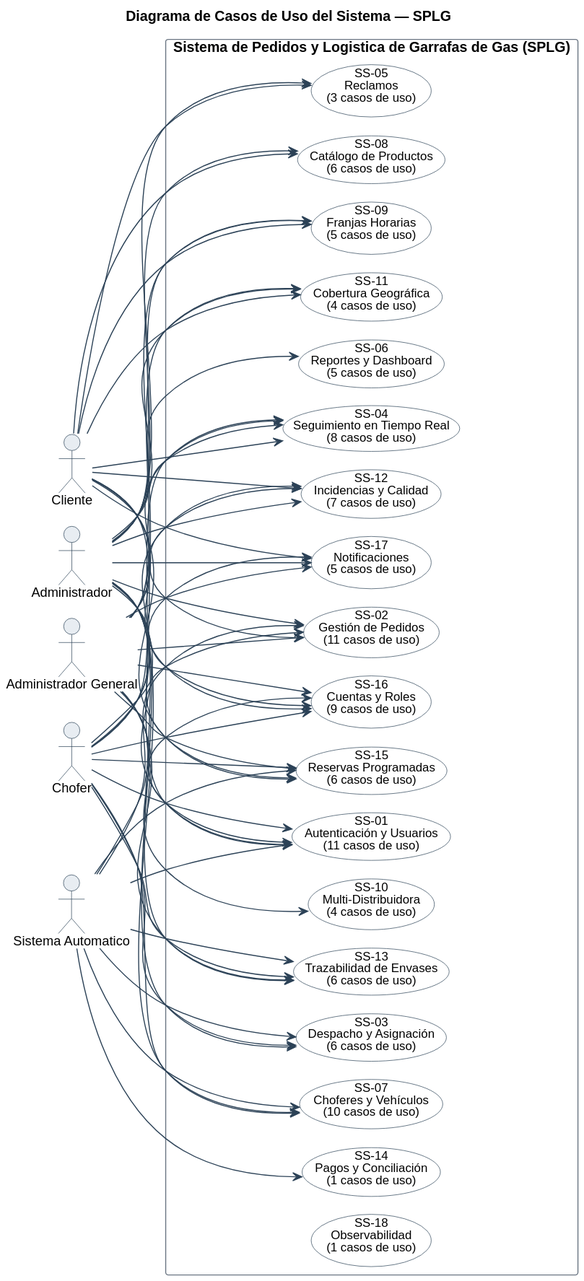
Earlier version of the PlantUML export diagramas/uml/CU_Sistema_Diagrama-De-Contexto.svg (Nahuelito-Dev/splg-docs).
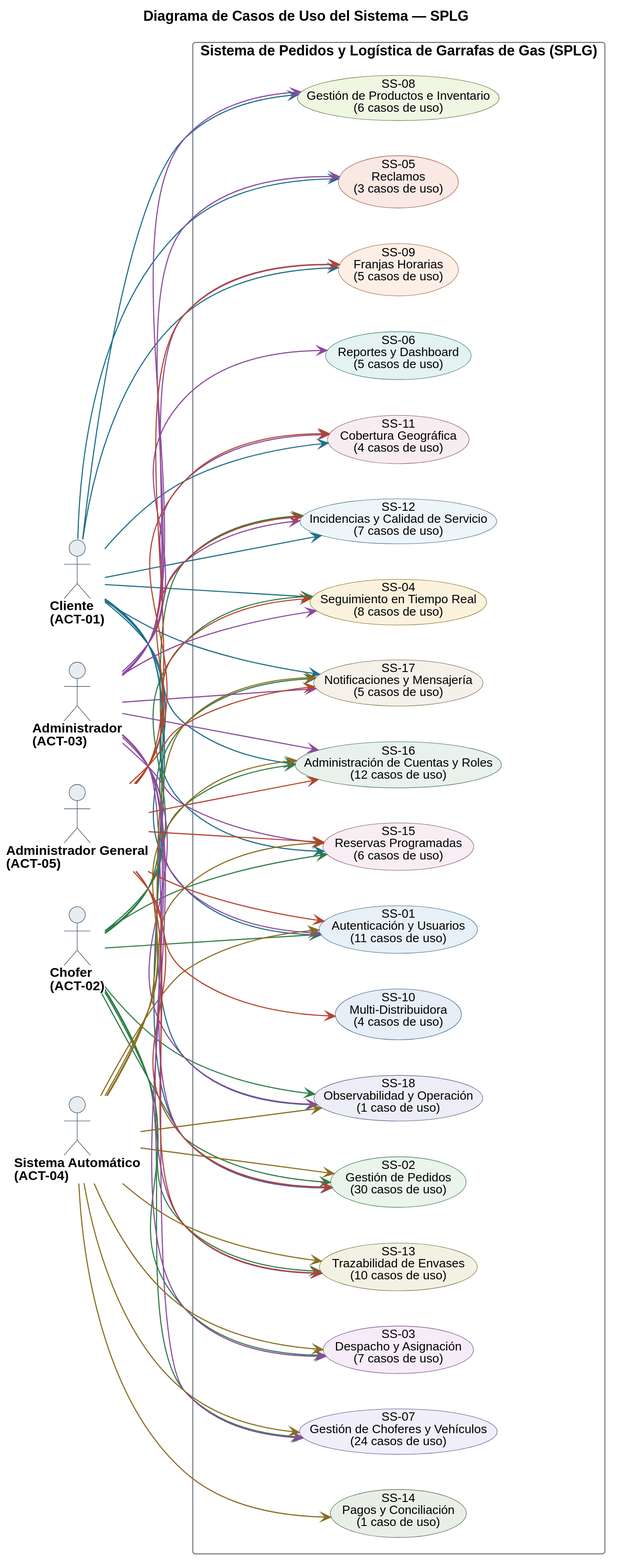
After the commit.

The edit, as a diff of the source:
```diff
@@ -1,22 +1,23 @@
 @startuml
-!pragma layout smetana
 title Diagrama de Casos de Uso del Sistema — SPLG
 left to right direction
 skinparam backgroundColor #FFFFFF
 skinparam shadowing false
 skinparam defaultFontName Helvetica
 skinparam defaultFontSize 13
+skinparam dpi 150
 skinparam ArrowColor #2C4257
+skinparam ArrowThickness 1.1
 skinparam actor {
   BorderColor #2C4257
   BackgroundColor #E8EDF2
+  FontSize 13
+  FontStyle bold
 }
 skinparam usecase {
   BorderColor #2C4257
   BackgroundColor #FFFFFF
   FontSize 12
-  BorderColor<<pendiente>> #9C4436
-  BackgroundColor<<pendiente>> #F6E4E1
 }
 skinparam rectangle {
   BorderColor #6B7683
@@ -24,86 +25,91 @@
   FontStyle bold
 }
 
-actor "Cliente" as A1
-actor "Chofer" as A2
-actor "Administrador" as A3
-actor "Sistema Automatico" as A4
-actor "Administrador General" as A5
+actor "Cliente\n(ACT-01)" as A01
+actor "Chofer\n(ACT-02)" as A02
+actor "Administrador\n(ACT-03)" as A03
+actor "Sistema Automático\n(ACT-04)" as A04
+actor "Administrador General\n(ACT-05)" as A05
 
-rectangle "Sistema de Pedidos y Logistica de Garrafas de Gas (SPLG)" {
-  usecase "SS-01\nAutenticación y Usuarios\n(11 casos de uso)" as S1
-  usecase "SS-02\nGestión de Pedidos\n(11 casos de uso)" as S2
-  usecase "SS-03\nDespacho y Asignación\n(6 casos de uso)" as S3
-  usecase "SS-04\nSeguimiento en Tiempo Real\n(8 casos de uso)" as S4
-  usecase "SS-05\nReclamos\n(3 casos de uso)" as S5
-  usecase "SS-06\nReportes y Dashboard\n(5 casos de uso)" as S6
-  usecase "SS-07\nChoferes y Vehículos\n(10 casos de uso)" as S7
-  usecase "SS-08\nCatálogo de Productos\n(6 casos de uso)" as S8
-  usecase "SS-09\nFranjas Horarias\n(5 casos de uso)" as S9
-  usecase "SS-10\nMulti-Distribuidora\n(4 casos de uso)" as S10
-  usecase "SS-11\nCobertura Geográfica\n(4 casos de uso)" as S11
-  usecase "SS-12\nIncidencias y Calidad\n(7 casos de uso)" as S12
-  usecase "SS-13\nTrazabilidad de Envases\n(6 casos de uso)" as S13
-  usecase "SS-14\nPagos y Conciliación\n(1 casos de uso)" as S14
-  usecase "SS-15\nReservas Programadas\n(6 casos de uso)" as S15
-  usecase "SS-16\nCuentas y Roles\n(9 casos de uso)" as S16
-  usecase "SS-17\nNotificaciones\n(5 casos de uso)" as S17
-  usecase "SS-18\nObservabilidad\n(1 casos de uso)" as S18
+rectangle "Sistema de Pedidos y Logística de Garrafas de Gas (SPLG)" {
+  usecase "SS-01\nAutenticación y Usuarios\n(11 casos de uso)" as SS01 #back:E7F0F6;line:3C6E8F
+  usecase "SS-02\nGestión de Pedidos\n(30 casos de uso)" as SS02 #back:E9F4EA;line:3F7A50
+  usecase "SS-03\nDespacho y Asignación\n(7 casos de uso)" as SS03 #back:F5ECF7;line:7B4B8A
+  usecase "SS-04\nSeguimiento en Tiempo Real\n(8 casos de uso)" as SS04 #back:FBF2DE;line:8A7326
+  usecase "SS-05\nReclamos\n(3 casos de uso)" as SS05 #back:FAE8E3;line:9C5A46
+  usecase "SS-06\nReportes y Dashboard\n(5 casos de uso)" as SS06 #back:E4F2F1;line:3E7C79
+  usecase "SS-07\nGestión de Choferes y Vehículos\n(24 casos de uso)" as SS07 #back:F0EEF9;line:5A5896
+  usecase "SS-08\nGestión de Productos e Inventario\n(6 casos de uso)" as SS08 #back:EFF6E2;line:5E7A3A
+  usecase "SS-09\nFranjas Horarias\n(5 casos de uso)" as SS09 #back:FDEFE6;line:A26A45
+  usecase "SS-10\nMulti-Distribuidora\n(4 casos de uso)" as SS10 #back:E6EEF7;line:44608B
+  usecase "SS-11\nCobertura Geográfica\n(4 casos de uso)" as SS11 #back:F7ECEF;line:8E5566
+  usecase "SS-12\nIncidencias y Calidad de Servicio\n(7 casos de uso)" as SS12 #back:EDF5F9;line:4A7488
+  usecase "SS-13\nTrazabilidad de Envases\n(10 casos de uso)" as SS13 #back:F3F1E4;line:7A7340
+  usecase "SS-14\nPagos y Conciliación\n(1 caso de uso)" as SS14 #back:E9EFE6;line:4E6B4A
+  usecase "SS-15\nReservas Programadas\n(6 casos de uso)" as SS15 #back:F8EDF3;line:8A5674
+  usecase "SS-16\nAdministración de Cuentas y Roles\n(12 casos de uso)" as SS16 #back:E8F1EC;line:4B7560
+  usecase "SS-17\nNotificaciones y Mensajería\n(5 casos de uso)" as SS17 #back:F5F0E8;line:7C6B4C
+  usecase "SS-18\nObservabilidad y Operación\n(1 caso de uso)" as SS18 #back:ECEDF6;line:5B5F87
 }
 
-A1 --> S1
-A1 --> S2
-A1 --> S4
-A1 --> S5
-A1 --> S8
-A1 --> S9
-A1 --> S11
-A1 --> S12
-A1 --> S15
-A1 --> S16
-A1 --> S17
-A2 --> S1
-A2 --> S2
-A2 --> S3
-A2 --> S4
-A2 --> S7
-A2 --> S12
-A2 --> S13
-A2 --> S15
-A2 --> S16
-A2 --> S17
-A3 --> S1
-A3 --> S2
-A3 --> S3
-A3 --> S4
-A3 --> S5
-A3 --> S6
-A3 --> S7
-A3 --> S8
-A3 --> S9
-A3 --> S11
-A3 --> S12
-A3 --> S13
-A3 --> S15
-A3 --> S16
-A3 --> S17
-A4 --> S1
-A4 --> S2
-A4 --> S3
-A4 --> S7
-A4 --> S13
-A4 --> S14
-A4 --> S15
-A4 --> S16
-A5 --> S1
-A5 --> S2
-A5 --> S4
-A5 --> S9
-A5 --> S10
-A5 --> S11
-A5 --> S12
-A5 --> S13
-A5 --> S15
-A5 --> S16
-A5 --> S17
+A01 -[#1F6F8B]-> SS01
+A01 -[#1F6F8B]-> SS02
+A01 -[#1F6F8B]-> SS04
+A01 -[#1F6F8B]-> SS05
+A01 -[#1F6F8B]-> SS08
+A01 -[#1F6F8B]-> SS09
+A01 -[#1F6F8B]-> SS11
+A01 -[#1F6F8B]-> SS12
+A01 -[#1F6F8B]-> SS15
+A01 -[#1F6F8B]-> SS16
+A01 -[#1F6F8B]-> SS17
+A01 -[#1F6F8B]-> SS18
+A02 -[#2E7D46]-> SS01
+A02 -[#2E7D46]-> SS02
+A02 -[#2E7D46]-> SS03
+A02 -[#2E7D46]-> SS04
+A02 -[#2E7D46]-> SS07
+A02 -[#2E7D46]-> SS12
+A02 -[#2E7D46]-> SS13
+A02 -[#2E7D46]-> SS15
+A02 -[#2E7D46]-> SS16
+A02 -[#2E7D46]-> SS17
+A02 -[#2E7D46]-> SS18
+A03 -[#8C4A9E]-> SS01
+A03 -[#8C4A9E]-> SS02
+A03 -[#8C4A9E]-> SS03
+A03 -[#8C4A9E]-> SS04
+A03 -[#8C4A9E]-> SS05
+A03 -[#8C4A9E]-> SS06
+A03 -[#8C4A9E]-> SS07
+A03 -[#8C4A9E]-> SS08
+A03 -[#8C4A9E]-> SS09
+A03 -[#8C4A9E]-> SS11
+A03 -[#8C4A9E]-> SS12
+A03 -[#8C4A9E]-> SS13
+A03 -[#8C4A9E]-> SS15
+A03 -[#8C4A9E]-> SS16
+A03 -[#8C4A9E]-> SS17
+A03 -[#8C4A9E]-> SS18
+A04 -[#8A6D1F]-> SS01
+A04 -[#8A6D1F]-> SS02
+A04 -[#8A6D1F]-> SS03
+A04 -[#8A6D1F]-> SS07
+A04 -[#8A6D1F]-> SS13
+A04 -[#8A6D1F]-> SS14
+A04 -[#8A6D1F]-> SS15
+A04 -[#8A6D1F]-> SS16
+A04 -[#8A6D1F]-> SS17
+A04 -[#8A6D1F]-> SS18
+A05 -[#B4432B]-> SS01
+A05 -[#B4432B]-> SS02
+A05 -[#B4432B]-> SS04
+A05 -[#B4432B]-> SS09
+A05 -[#B4432B]-> SS10
+A05 -[#B4432B]-> SS11
+A05 -[#B4432B]-> SS12
+A05 -[#B4432B]-> SS13
+A05 -[#B4432B]-> SS15
+A05 -[#B4432B]-> SS16
+A05 -[#B4432B]-> SS17
 @enduml
```
